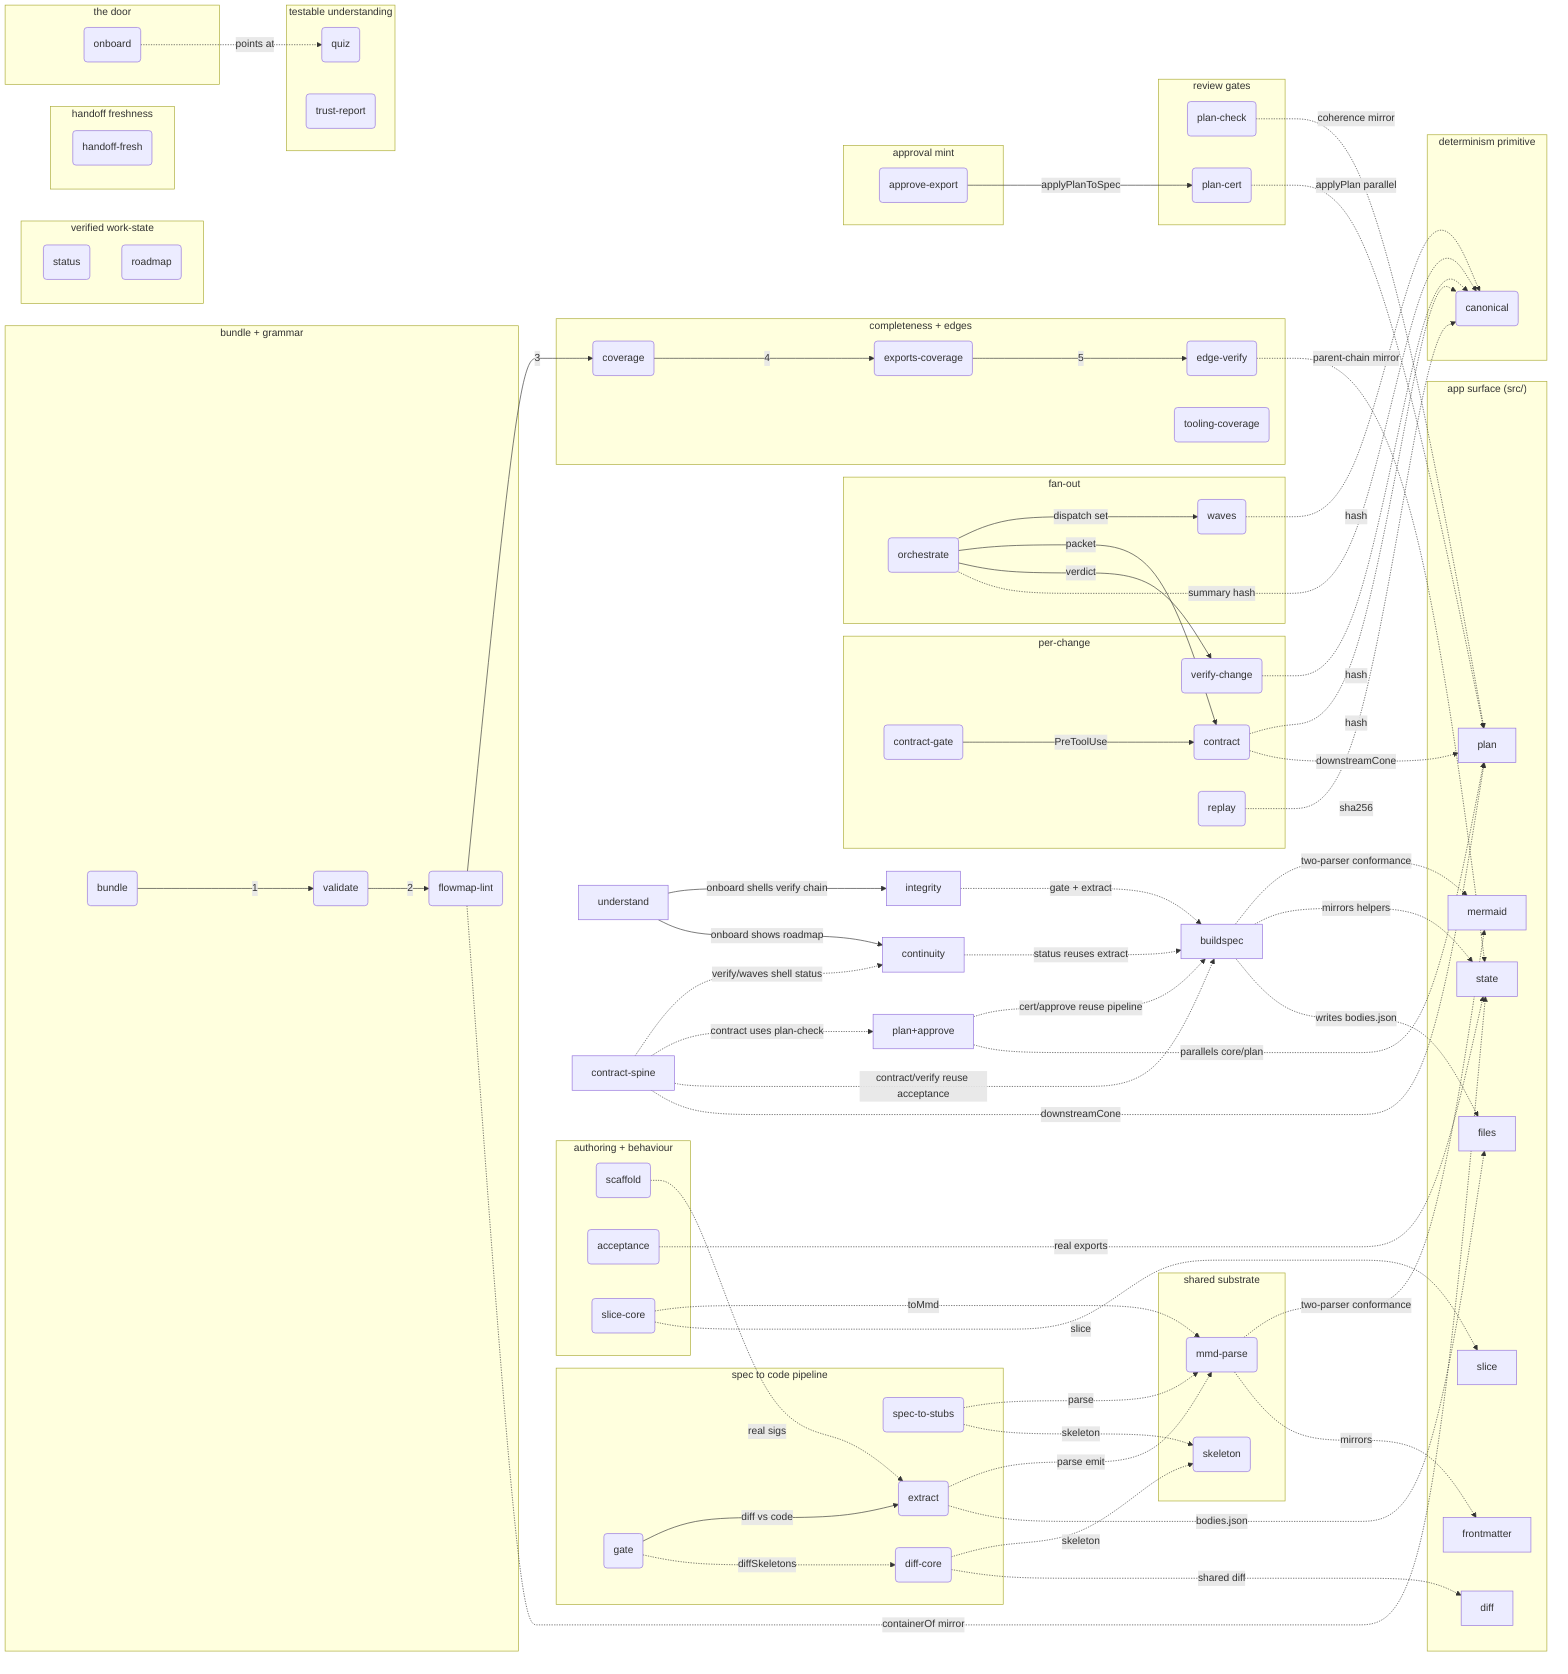
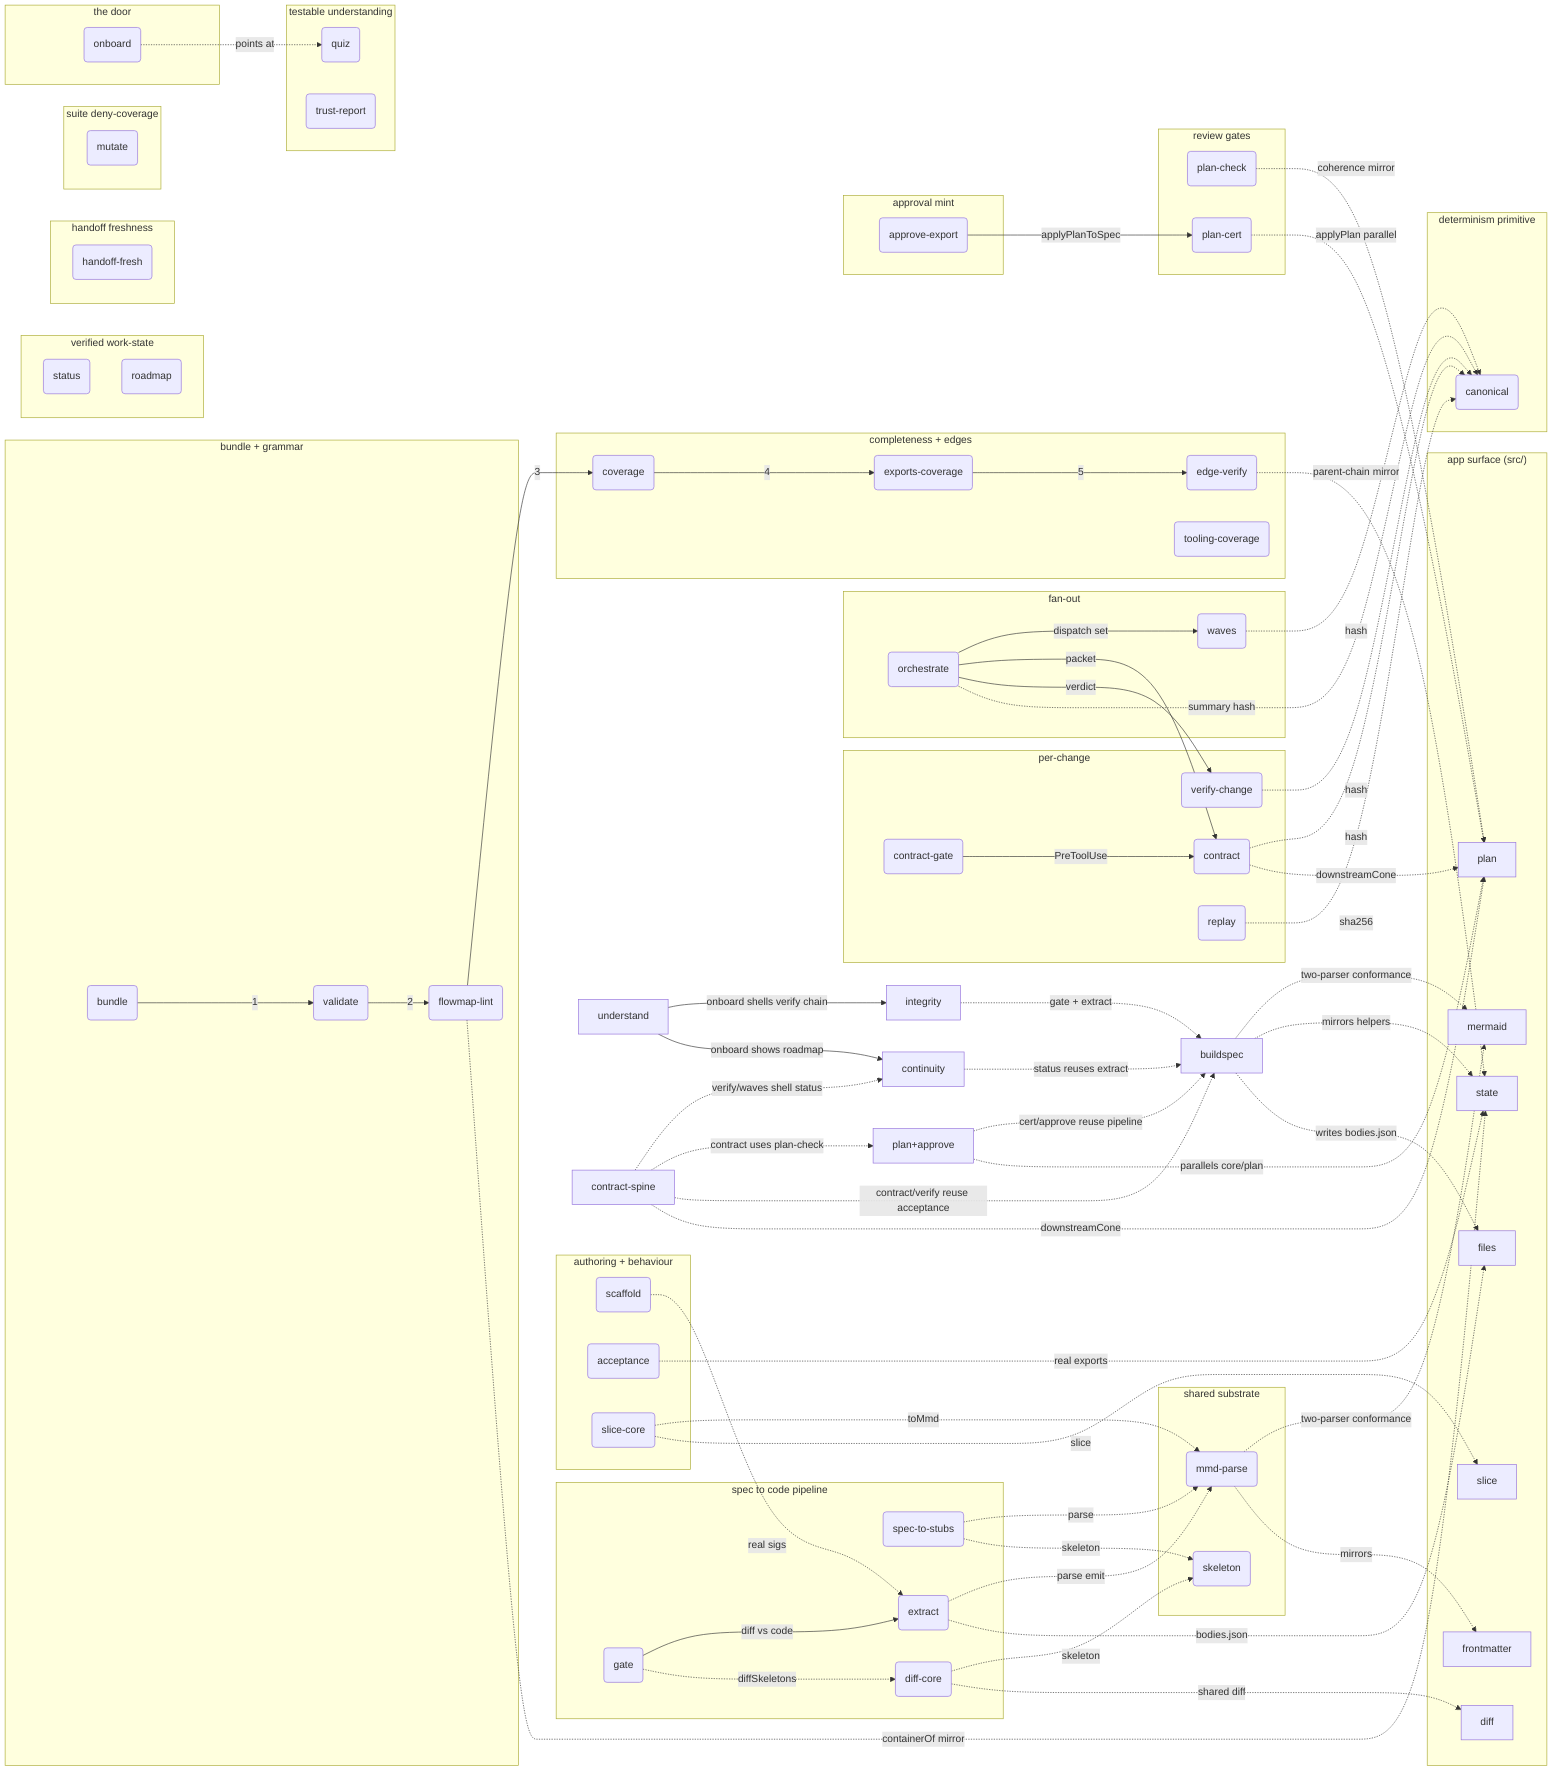
flowchart LR
%% AUTO-GENERATED BUNDLE — do not edit. Edit the per-folder fragments and re-bundle.
%% root flowmapBuildspec

%% fm:meta mermaid name=mermaid
%% fm:meta mermaid desc=app serializer/parser the tooling parser must agree with (two-parser conformance A3)
%% fm:meta frontmatter name=frontmatter
%% fm:meta frontmatter desc=app frontmatter model the tooling parser and skeleton mirror
%% fm:meta state name=state
%% fm:meta state desc=app model and geometry helpers the tooling mirrors and runs acceptance cases against
%% fm:meta files name=files
%% fm:meta files desc=app file IO that consumes the bodies.json the extractor writes
%% fm:meta diff name=diff
%% fm:meta diff desc=app semantic diff whose engine the tooling diff-core shares
%% fm:meta slice name=slice
%% fm:meta slice desc=app neighbourhood slice whose engine the tooling slice-core mirrors
%% fm:meta plan name=plan
%% fm:meta plan desc=app plan overlay model the tooling plan/cert/contract tools parallel and route into
%% fm:meta flowmapBuildspec__mmdParse name=mmd-parse
%% fm:meta flowmapBuildspec__mmdParse desc=zero-dep parser and serializer for the .mmd dialect every tool imports
%% fm:meta flowmapBuildspec__skeleton name=skeleton
%% fm:meta flowmapBuildspec__skeleton desc=canonical contract skeleton of a node plus all type normalization
%% fm:meta flowmapBuildspec__specToStubs name=spec-to-stubs
%% fm:meta flowmapBuildspec__specToStubs desc=step 1 emit TS stubs and contracts so interface drift becomes a tsc error
%% fm:meta flowmapBuildspec__extract name=extract
%% fm:meta flowmapBuildspec__extract desc=step 2 ts-morph walks src and re-serializes real code into a map plus bodies.json
%% fm:meta flowmapBuildspec__diffCore name=diff-core
%% fm:meta flowmapBuildspec__diffCore desc=pure structural diff between two skeleton maps categorizing every mismatch
%% fm:meta flowmapBuildspec__gate name=gate
%% fm:meta flowmapBuildspec__gate desc=step 3 diff committed spec against extracted code and exit non-zero on drift
%% fm:meta flowmapBuildspec__scaffold name=scaffold
%% fm:meta flowmapBuildspec__scaffold desc=author aid init backfill signatures and append plan nodes to fragments
%% fm:meta flowmapBuildspec__acceptance name=acceptance
%% fm:meta flowmapBuildspec__acceptance desc=Keystone 2 run behavioural cases against real src exports to prove correctness
%% fm:meta flowmapBuildspec__sliceCore name=slice-core
%% fm:meta flowmapBuildspec__sliceCore desc=pure model slicer reducing a parsed map to a seed node neighbourhood
%% fm:meta flowmapContinuity__status name=status
%% fm:meta flowmapContinuity__status desc=verified work-state compare a plan proposed signatures against live code built pending drifted missing
%% fm:meta flowmapContinuity__roadmap name=roadmap
%% fm:meta flowmapContinuity__roadmap desc=compute roadmap phase status from predicates and audit the no prose status ban
%% fm:meta flowmapContinuity__handoff name=handoff-fresh
%% fm:meta flowmapContinuity__handoff desc=detect when the handoff lags commits and falsify not yet committed prose claims
%% fm:meta flowmapContractSpine__canonical name=canonical
%% fm:meta flowmapContractSpine__canonical desc=the determinism primitive key sorted JSON and sha256 so equality is a hash compare
%% fm:meta flowmapContractSpine__contract name=contract
%% fm:meta flowmapContractSpine__contract desc=emit a byte deterministic per change packet by routing blast radius source and coherence
%% fm:meta flowmapContractSpine__contractGate name=contract-gate
%% fm:meta flowmapContractSpine__contractGate desc=PreToolUse hook deny a spawn carrying a contract sentinel unless the contract resolves clean
%% fm:meta flowmapContractSpine__verifyChange name=verify-change
%% fm:meta flowmapContractSpine__verifyChange desc=fold structural and behavioural results into a data only verdict strict refuses over trust
%% fm:meta flowmapContractSpine__replay name=replay
%% fm:meta flowmapContractSpine__replay desc=determinism harness run a command N times and assert one stdout hash
%% fm:meta flowmapContractSpine__waves name=waves
%% fm:meta flowmapContractSpine__waves desc=topological wave partition of unbuilt changes with cycle detection for parallel dispatch
%% fm:meta flowmapContractSpine__orchestrate name=orchestrate
%% fm:meta flowmapContractSpine__orchestrate desc=the driver waves to per change worktree plus contract to verdict to canonical summary
%% fm:meta flowmapIntegrity__bundle name=bundle
%% fm:meta flowmapIntegrity__bundle desc=merge root plus every fragment into one bundle namespacing private ids
%% fm:meta flowmapIntegrity__validate name=validate
%% fm:meta flowmapIntegrity__validate desc=grammar gate one header unique ids every reference resolves one kind per node
%% fm:meta flowmapIntegrity__lint name=flowmap-lint
%% fm:meta flowmapIntegrity__lint desc=architecture altitude gate fail on flat file-mirror or unsectioned loose bag
%% fm:meta flowmapIntegrity__coverage name=coverage
%% fm:meta flowmapIntegrity__coverage desc=file completeness guard every source file is represented or has a fragment
%% fm:meta flowmapIntegrity__exports name=exports-coverage
%% fm:meta flowmapIntegrity__exports desc=symbol completeness guard every exported symbol is a node or audited entry
%% fm:meta flowmapIntegrity__edges name=edge-verify
%% fm:meta flowmapIntegrity__edges desc=edge integrity guard every edge is import backed intra file or audited advisory
%% fm:meta flowmapIntegrity__toolingCoverage name=tooling-coverage
%% fm:meta flowmapIntegrity__toolingCoverage desc=completeness plus symbol truth guard for the tooling map itself
+ %% fm:meta flowmapIntegrity__mutate name=mutate
+ %% fm:meta flowmapIntegrity__mutate desc=mutation harness apply corpus defects in isolated HEAD worktrees and assert the suite reacts as the corpus expects
%% fm:meta flowmapPlanApprove__planCheck name=plan-check
%% fm:meta flowmapPlanApprove__planCheck desc=C3 authoring coherence real ids acyclic deps valid parents coherent accepted set
%% fm:meta flowmapPlanApprove__planCert name=plan-cert
%% fm:meta flowmapPlanApprove__planCert desc=C2 dry-run certificate apply the plan and run generate tsc extract gate as a delta
%% fm:meta flowmapPlanApprove__approve name=approve-export
%% fm:meta flowmapPlanApprove__approve desc=E1 mint write approved map contracts filtered plan and checklist
%% fm:meta flowmapUnderstand__onboard name=onboard
%% fm:meta flowmapUnderstand__onboard desc=the single verifiable door shell the verify chain emit invariants print quiz and roadmap
%% fm:meta flowmapUnderstand__quiz name=quiz
%% fm:meta flowmapUnderstand__quiz desc=Keystone 1 generate structural questions and score answers against live re-derived keys
%% fm:meta flowmapUnderstand__trust name=trust-report
%% fm:meta flowmapUnderstand__trust desc=tier every claim verified advisory or unverified so readers know what is enforced

%% kind flowmapBuildspec module
%% kind flowmapIntegrity module
%% kind flowmapUnderstand module
%% kind flowmapContinuity module
%% kind flowmapPlanApprove module
%% kind flowmapContractSpine module
%% kind mermaid module
%% kind frontmatter module
%% kind state module
%% kind files module
%% kind diff module
%% kind slice module
%% kind plan module
%% kind flowmapBuildspec__mmdParse module
%% kind flowmapBuildspec__skeleton module
%% kind flowmapBuildspec__specToStubs service
%% kind flowmapBuildspec__extract service
%% kind flowmapBuildspec__diffCore module
%% kind flowmapBuildspec__gate service
%% kind flowmapBuildspec__scaffold service
%% kind flowmapBuildspec__acceptance service
%% kind flowmapBuildspec__sliceCore module
%% kind flowmapContinuity__status service
%% kind flowmapContinuity__roadmap service
%% kind flowmapContinuity__handoff service
%% kind flowmapContractSpine__canonical module
%% kind flowmapContractSpine__contract service
%% kind flowmapContractSpine__contractGate service
%% kind flowmapContractSpine__verifyChange service
%% kind flowmapContractSpine__replay service
%% kind flowmapContractSpine__waves service
%% kind flowmapContractSpine__orchestrate service
%% kind flowmapIntegrity__bundle service
%% kind flowmapIntegrity__validate service
%% kind flowmapIntegrity__lint service
%% kind flowmapIntegrity__coverage service
%% kind flowmapIntegrity__exports service
%% kind flowmapIntegrity__edges service
%% kind flowmapIntegrity__toolingCoverage service
+ %% kind flowmapIntegrity__mutate service
%% kind flowmapPlanApprove__planCheck service
%% kind flowmapPlanApprove__planCert service
%% kind flowmapPlanApprove__approve service
%% kind flowmapUnderstand__onboard service
%% kind flowmapUnderstand__quiz service
%% kind flowmapUnderstand__trust service
%% parent flowmapBuildspec__bs_substrate flowmapBuildspec
%% parent flowmapBuildspec__bs_pipeline flowmapBuildspec
%% parent flowmapBuildspec__bs_aids flowmapBuildspec
%% parent flowmapContinuity__co_state flowmapContinuity
%% parent flowmapContinuity__co_handoff flowmapContinuity
%% parent flowmapContractSpine__cs_prim flowmapContractSpine
%% parent flowmapContractSpine__cs_change flowmapContractSpine
%% parent flowmapContractSpine__cs_fanout flowmapContractSpine
%% parent flowmapIntegrity__in_build flowmapIntegrity
%% parent flowmapIntegrity__in_complete flowmapIntegrity
+ %% parent flowmapIntegrity__in_suite flowmapIntegrity
%% parent flowmapPlanApprove__pa_gates flowmapPlanApprove
%% parent flowmapPlanApprove__pa_mint flowmapPlanApprove
%% parent flowmapUnderstand__un_door flowmapUnderstand
%% parent flowmapUnderstand__un_prove flowmapUnderstand
%% src flowmapBuildspec__mmdParse tools/buildspec/mmd-parse.mjs#parseMmd
%% src flowmapBuildspec__skeleton tools/buildspec/skeleton.mjs#specSkeleton
%% src flowmapBuildspec__specToStubs tools/buildspec/spec-to-stubs.mjs#generate
%% src flowmapBuildspec__extract tools/buildspec/extract.mjs#extract
%% src flowmapBuildspec__diffCore tools/buildspec/diff-core.mjs#diffSkeletons
%% src flowmapBuildspec__gate tools/buildspec/gate.mjs
%% src flowmapBuildspec__scaffold tools/buildspec/scaffold.mjs#addFromPlan
%% src flowmapBuildspec__acceptance tools/buildspec/acceptance.mjs#runAcceptance
%% src flowmapBuildspec__sliceCore tools/buildspec/slice-core.mjs#sliceModel
%% src flowmapContinuity__status tools/flowmap/status.mjs
%% src flowmapContinuity__roadmap tools/flowmap/roadmap.mjs
%% src flowmapContinuity__handoff tools/flowmap/handoff-fresh.mjs#checkContentClaims
%% src flowmapContractSpine__canonical tools/flowmap/lib/canonical.mjs#canonicalize
%% src flowmapContractSpine__contract tools/flowmap/contract.mjs
%% src flowmapContractSpine__contractGate tools/flowmap/contract-gate.mjs
%% src flowmapContractSpine__verifyChange tools/flowmap/verify-change.mjs
%% src flowmapContractSpine__replay tools/flowmap/replay.mjs
%% src flowmapContractSpine__waves tools/flowmap/waves.mjs
%% src flowmapContractSpine__orchestrate tools/flowmap/orchestrate.mjs
%% src flowmapIntegrity__bundle tools/flowmap/bundle.mjs
%% src flowmapIntegrity__validate tools/flowmap/validate.mjs
%% src flowmapIntegrity__lint tools/flowmap/flowmap-lint.mjs#lint
%% src flowmapIntegrity__coverage tools/flowmap/coverage.mjs
%% src flowmapIntegrity__exports tools/flowmap/exports-coverage.mjs
%% src flowmapIntegrity__edges tools/flowmap/edge-verify.mjs#verifyEdges
%% src flowmapIntegrity__toolingCoverage tools/flowmap/tooling-coverage.mjs
+ %% src flowmapIntegrity__mutate tools/flowmap/mutate.mjs
%% src flowmapPlanApprove__planCheck tools/flowmap/plan-check.mjs#checkPlan
%% src flowmapPlanApprove__planCert tools/flowmap/plan-cert.mjs#certifyPlan
%% src flowmapPlanApprove__approve tools/flowmap/approve-export.mjs#approveExport
%% src flowmapUnderstand__onboard tools/flowmap/onboard.mjs
%% src flowmapUnderstand__quiz tools/flowmap/quiz.mjs
%% src flowmapUnderstand__trust tools/flowmap/trust-report.mjs

  flowmapBuildspec["buildspec"]
  flowmapIntegrity["integrity"]
  flowmapUnderstand["understand"]
  flowmapContinuity["continuity"]
  flowmapPlanApprove["plan+approve"]
  flowmapContractSpine["contract-spine"]
  subgraph AppSurface ["app surface (src/)"]
    mermaid["mermaid"]
    frontmatter["frontmatter"]
    state["state"]
    files["files"]
    diff["diff"]
    slice["slice"]
    plan["plan"]
  end
  %% ---- subsystem-level flow (the loop) ----
  %% ---- tooling -> app surface (the blast radius) ----

  subgraph flowmapBuildspec__bs_substrate ["shared substrate"]
    flowmapBuildspec__mmdParse("mmd-parse")
    flowmapBuildspec__skeleton("skeleton")
  end
  subgraph flowmapBuildspec__bs_pipeline ["spec to code pipeline"]
    flowmapBuildspec__specToStubs("spec-to-stubs")
    flowmapBuildspec__extract("extract")
    flowmapBuildspec__gate("gate")
    flowmapBuildspec__diffCore("diff-core")
  end
  subgraph flowmapBuildspec__bs_aids ["authoring + behaviour"]
    flowmapBuildspec__scaffold("scaffold")
    flowmapBuildspec__acceptance("acceptance")
    flowmapBuildspec__sliceCore("slice-core")
  end

  subgraph flowmapContinuity__co_state ["verified work-state"]
    flowmapContinuity__status("status")
    flowmapContinuity__roadmap("roadmap")
  end
  subgraph flowmapContinuity__co_handoff ["handoff freshness"]
    flowmapContinuity__handoff("handoff-fresh")
  end

  subgraph flowmapContractSpine__cs_prim ["determinism primitive"]
    flowmapContractSpine__canonical("canonical")
  end
  subgraph flowmapContractSpine__cs_change ["per-change"]
    flowmapContractSpine__contract("contract")
    flowmapContractSpine__contractGate("contract-gate")
    flowmapContractSpine__verifyChange("verify-change")
    flowmapContractSpine__replay("replay")
  end
  subgraph flowmapContractSpine__cs_fanout ["fan-out"]
    flowmapContractSpine__waves("waves")
    flowmapContractSpine__orchestrate("orchestrate")
  end

  subgraph flowmapIntegrity__in_build ["bundle + grammar"]
    flowmapIntegrity__bundle("bundle")
    flowmapIntegrity__validate("validate")
    flowmapIntegrity__lint("flowmap-lint")
  end
  subgraph flowmapIntegrity__in_complete ["completeness + edges"]
    flowmapIntegrity__coverage("coverage")
    flowmapIntegrity__exports("exports-coverage")
    flowmapIntegrity__edges("edge-verify")
    flowmapIntegrity__toolingCoverage("tooling-coverage")
+   end
+   subgraph flowmapIntegrity__in_suite ["suite deny-coverage"]
+     flowmapIntegrity__mutate("mutate")
  end

  subgraph flowmapPlanApprove__pa_gates ["review gates"]
    flowmapPlanApprove__planCheck("plan-check")
    flowmapPlanApprove__planCert("plan-cert")
  end
  subgraph flowmapPlanApprove__pa_mint ["approval mint"]
    flowmapPlanApprove__approve("approve-export")
  end

  subgraph flowmapUnderstand__un_door ["the door"]
    flowmapUnderstand__onboard("onboard")
  end
  subgraph flowmapUnderstand__un_prove ["testable understanding"]
    flowmapUnderstand__quiz("quiz")
    flowmapUnderstand__trust("trust-report")
  end

  flowmapUnderstand -->|onboard shells verify chain| flowmapIntegrity
  flowmapUnderstand -->|onboard shows roadmap| flowmapContinuity
  flowmapIntegrity -.->|gate + extract| flowmapBuildspec
  flowmapContinuity -.->|status reuses extract| flowmapBuildspec
  flowmapPlanApprove -.->|cert/approve reuse pipeline| flowmapBuildspec
  flowmapContractSpine -.->|verify/waves shell status| flowmapContinuity
  flowmapContractSpine -.->|contract uses plan-check| flowmapPlanApprove
  flowmapContractSpine -.->|contract/verify reuse acceptance| flowmapBuildspec
  flowmapBuildspec -.->|two-parser conformance| mermaid
  flowmapBuildspec -.->|mirrors helpers| state
  flowmapBuildspec -.->|writes bodies.json| files
  flowmapPlanApprove -.->|parallels core/plan| plan
  flowmapContractSpine -.->|downstreamCone| plan
  flowmapBuildspec__gate -->|diff vs code| flowmapBuildspec__extract
  flowmapBuildspec__gate -.->|diffSkeletons| flowmapBuildspec__diffCore
  flowmapBuildspec__diffCore -.->|skeleton| flowmapBuildspec__skeleton
  flowmapBuildspec__extract -.->|parse emit| flowmapBuildspec__mmdParse
  flowmapBuildspec__specToStubs -.->|parse| flowmapBuildspec__mmdParse
  flowmapBuildspec__specToStubs -.->|skeleton| flowmapBuildspec__skeleton
  flowmapBuildspec__scaffold -.->|real sigs| flowmapBuildspec__extract
  flowmapBuildspec__sliceCore -.->|toMmd| flowmapBuildspec__mmdParse
  flowmapBuildspec__mmdParse -.->|two-parser conformance| mermaid
  flowmapBuildspec__mmdParse -.->|mirrors| frontmatter
  flowmapBuildspec__extract -.->|bodies.json| files
  flowmapBuildspec__acceptance -.->|real exports| state
  flowmapBuildspec__diffCore -.->|shared diff| diff
  flowmapBuildspec__sliceCore -.->|slice| slice
  flowmapContractSpine__contractGate -->|PreToolUse| flowmapContractSpine__contract
  flowmapContractSpine__orchestrate -->|dispatch set| flowmapContractSpine__waves
  flowmapContractSpine__orchestrate -->|packet| flowmapContractSpine__contract
  flowmapContractSpine__orchestrate -->|verdict| flowmapContractSpine__verifyChange
  flowmapContractSpine__contract -.->|hash| flowmapContractSpine__canonical
  flowmapContractSpine__verifyChange -.->|hash| flowmapContractSpine__canonical
  flowmapContractSpine__replay -.->|sha256| flowmapContractSpine__canonical
  flowmapContractSpine__waves -.->|hash| flowmapContractSpine__canonical
  flowmapContractSpine__orchestrate -.->|summary hash| flowmapContractSpine__canonical
  flowmapContractSpine__contract -.->|downstreamCone| plan
  flowmapIntegrity__bundle -->|1| flowmapIntegrity__validate
  flowmapIntegrity__validate -->|2| flowmapIntegrity__lint
  flowmapIntegrity__lint -->|3| flowmapIntegrity__coverage
  flowmapIntegrity__coverage -->|4| flowmapIntegrity__exports
  flowmapIntegrity__exports -->|5| flowmapIntegrity__edges
  flowmapIntegrity__lint -.->|containerOf mirror| state
  flowmapIntegrity__edges -.->|parent-chain mirror| state
  flowmapPlanApprove__approve -->|applyPlanToSpec| flowmapPlanApprove__planCert
  flowmapPlanApprove__planCheck -.->|coherence mirror| plan
  flowmapPlanApprove__planCert -.->|applyPlan parallel| plan
  flowmapUnderstand__onboard -.->|points at| flowmapUnderstand__quiz
